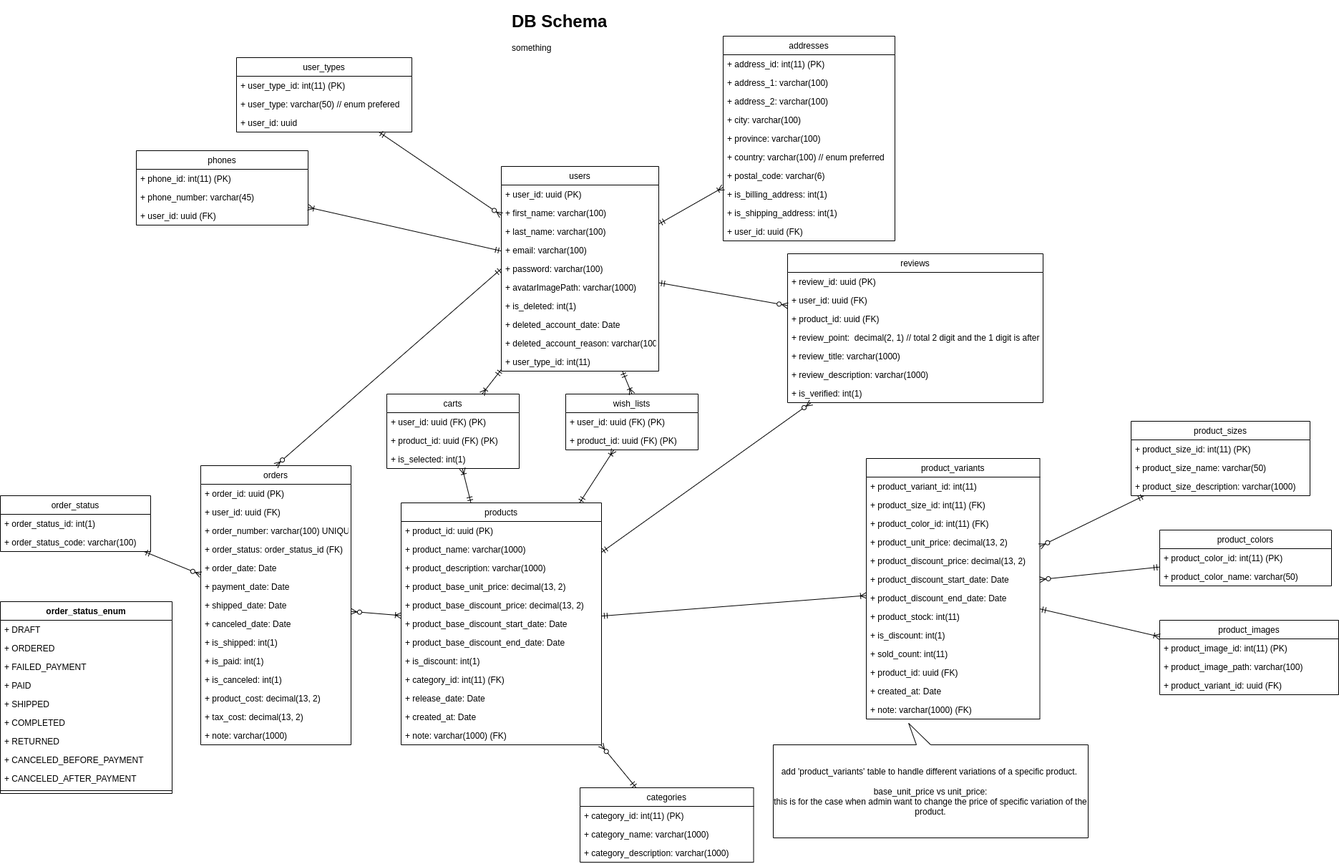
Earlier version of the draw.io export db-design.png (stsiwo/e-commerce-starter-kits). Source tidied: cells renumbered, new cells last; positions are measured from the earlier drawing's top-left corner, leaving out a move shared by most shapes.
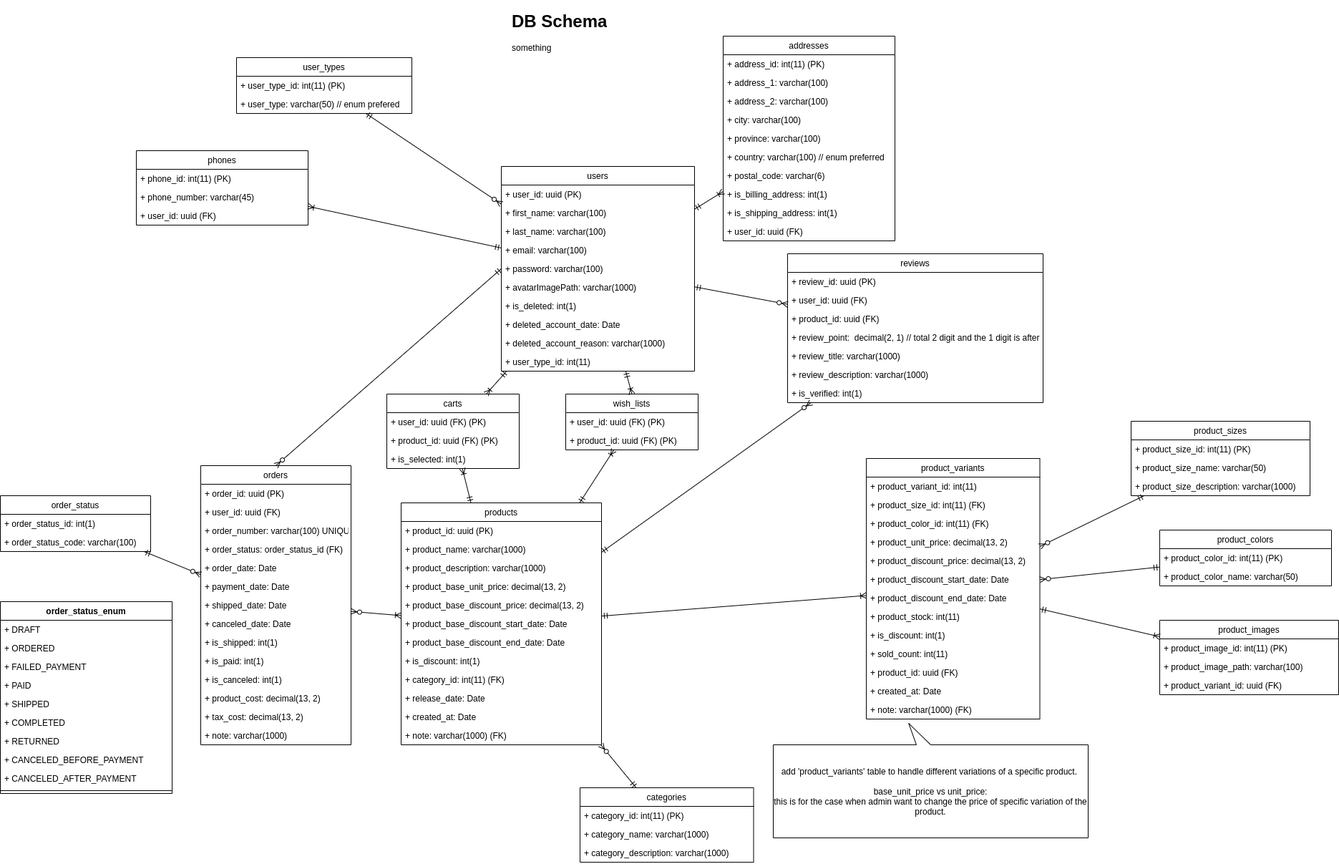
After the change.

Change to the diagram source:
```diff
@@ -24,37 +24,37 @@
       <mxGeometry relative="1" as="geometry" />
     </mxCell>
     <mxCell id="9" value="users" style="swimlane;fontStyle=0;horizontal=1;startSize=26;fillColor=none;" parent="1" vertex="1">
-      <mxGeometry x="700" y="222" width="220" height="286" as="geometry" />
+      <mxGeometry x="700" y="222" width="270" height="286" as="geometry" />
     </mxCell>
     <mxCell id="10" value="+ user_id: uuid (PK)" style="text;strokeColor=none;fillColor=none;align=left;verticalAlign=top;spacingLeft=4;spacingRight=4;overflow=hidden;" parent="9" vertex="1">
-      <mxGeometry y="26" width="220" height="26" as="geometry" />
+      <mxGeometry y="26" width="270" height="26" as="geometry" />
     </mxCell>
     <mxCell id="11" value="+ first_name: varchar(100)" style="text;strokeColor=none;fillColor=none;align=left;verticalAlign=top;spacingLeft=4;spacingRight=4;overflow=hidden;" parent="9" vertex="1">
-      <mxGeometry y="52" width="220" height="26" as="geometry" />
+      <mxGeometry y="52" width="270" height="26" as="geometry" />
     </mxCell>
     <mxCell id="12" value="+ last_name: varchar(100)" style="text;strokeColor=none;fillColor=none;align=left;verticalAlign=top;spacingLeft=4;spacingRight=4;overflow=hidden;" parent="9" vertex="1">
-      <mxGeometry y="78" width="220" height="26" as="geometry" />
+      <mxGeometry y="78" width="270" height="26" as="geometry" />
     </mxCell>
     <mxCell id="13" value="+ email: varchar(100)" style="text;strokeColor=none;fillColor=none;align=left;verticalAlign=top;spacingLeft=4;spacingRight=4;overflow=hidden;" parent="9" vertex="1">
-      <mxGeometry y="104" width="220" height="26" as="geometry" />
+      <mxGeometry y="104" width="270" height="26" as="geometry" />
     </mxCell>
     <mxCell id="14" value="+ password: varchar(100)" style="text;strokeColor=none;fillColor=none;align=left;verticalAlign=top;spacingLeft=4;spacingRight=4;overflow=hidden;points=[[0,0.5],[1,0.5]];portConstraint=eastwest;" parent="9" vertex="1">
-      <mxGeometry y="130" width="220" height="26" as="geometry" />
+      <mxGeometry y="130" width="270" height="26" as="geometry" />
     </mxCell>
     <mxCell id="15" value="+ avatarImagePath: varchar(1000)" style="text;strokeColor=none;fillColor=none;align=left;verticalAlign=top;spacingLeft=4;spacingRight=4;overflow=hidden;" parent="9" vertex="1">
-      <mxGeometry y="156" width="220" height="26" as="geometry" />
+      <mxGeometry y="156" width="270" height="26" as="geometry" />
     </mxCell>
     <mxCell id="16" value="+ is_deleted: int(1)" style="text;strokeColor=none;fillColor=none;align=left;verticalAlign=top;spacingLeft=4;spacingRight=4;overflow=hidden;" parent="9" vertex="1">
-      <mxGeometry y="182" width="220" height="26" as="geometry" />
+      <mxGeometry y="182" width="270" height="26" as="geometry" />
     </mxCell>
     <mxCell id="17" value="+ deleted_account_date: Date" style="text;strokeColor=none;fillColor=none;align=left;verticalAlign=top;spacingLeft=4;spacingRight=4;overflow=hidden;" parent="9" vertex="1">
-      <mxGeometry y="208" width="220" height="26" as="geometry" />
+      <mxGeometry y="208" width="270" height="26" as="geometry" />
     </mxCell>
     <mxCell id="18" value="+ deleted_account_reason: varchar(1000)" style="text;strokeColor=none;fillColor=none;align=left;verticalAlign=top;spacingLeft=4;spacingRight=4;overflow=hidden;" parent="9" vertex="1">
-      <mxGeometry y="234" width="220" height="26" as="geometry" />
+      <mxGeometry y="234" width="270" height="26" as="geometry" />
     </mxCell>
     <mxCell id="19" value="+ user_type_id: int(11)" style="text;strokeColor=none;fillColor=none;align=left;verticalAlign=top;spacingLeft=4;spacingRight=4;overflow=hidden;" parent="9" vertex="1">
-      <mxGeometry y="260" width="220" height="26" as="geometry" />
+      <mxGeometry y="260" width="270" height="26" as="geometry" />
     </mxCell>
     <mxCell id="20" value="addresses" style="swimlane;fontStyle=0;horizontal=1;startSize=26;fillColor=none;" parent="1" vertex="1">
       <mxGeometry x="1010" y="40" width="240" height="286" as="geometry" />
@@ -102,7 +102,7 @@
       <mxGeometry y="78" width="240" height="26" as="geometry" />
     </mxCell>
     <mxCell id="35" value="user_types" style="swimlane;fontStyle=0;horizontal=1;startSize=26;fillColor=none;" parent="1" vertex="1">
-      <mxGeometry x="330" y="70" width="245" height="104" as="geometry" />
+      <mxGeometry x="330" y="70" width="245" height="78" as="geometry" />
     </mxCell>
     <mxCell id="36" value="+ user_type_id: int(11) (PK)" style="text;strokeColor=none;fillColor=none;align=left;verticalAlign=top;spacingLeft=4;spacingRight=4;overflow=hidden;" parent="35" vertex="1">
       <mxGeometry y="26" width="245" height="26" as="geometry" />
@@ -110,9 +110,6 @@
     <mxCell id="37" value="+ user_type: varchar(50) // enum prefered" style="text;strokeColor=none;fillColor=none;align=left;verticalAlign=top;spacingLeft=4;spacingRight=4;overflow=hidden;" parent="35" vertex="1">
       <mxGeometry y="52" width="245" height="26" as="geometry" />
     </mxCell>
-    <mxCell id="38" value="+ user_id: uuid" style="text;strokeColor=none;fillColor=none;align=left;verticalAlign=top;spacingLeft=4;spacingRight=4;overflow=hidden;" parent="35" vertex="1">
-      <mxGeometry y="78" width="245" height="26" as="geometry" />
-    </mxCell>
     <mxCell id="39" style="rounded=0;jettySize=auto;html=1;endArrow=ERmandOne;endFill=0;startArrow=ERzeroToMany;startFill=1;" parent="1" edge="1" source="43" target="83">
       <mxGeometry relative="1" as="geometry" />
     </mxCell>
```
